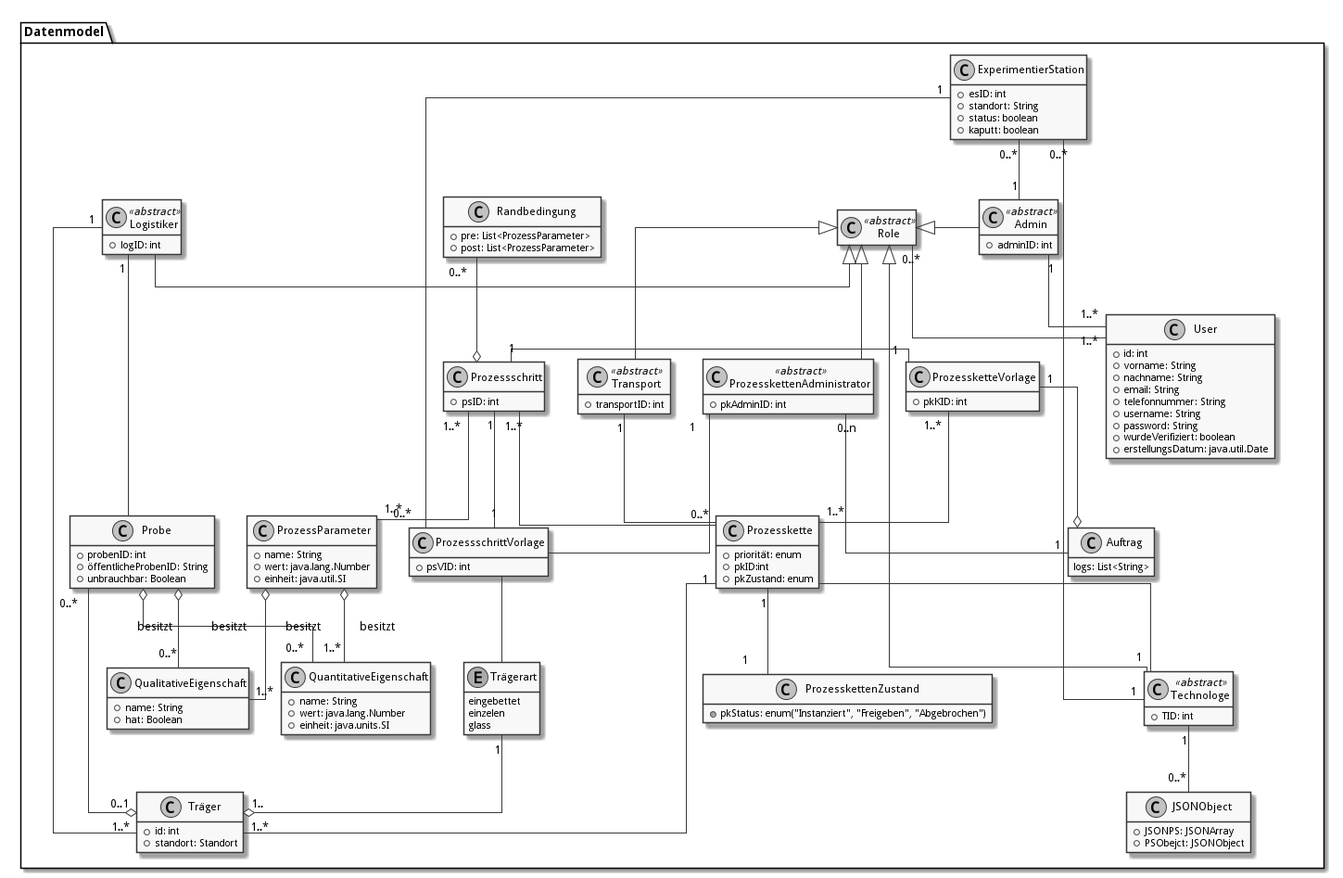
The PlantUML diagram doc/UML/datenModel.png in fkehlenb/softwareprojekt-2, before a commit.
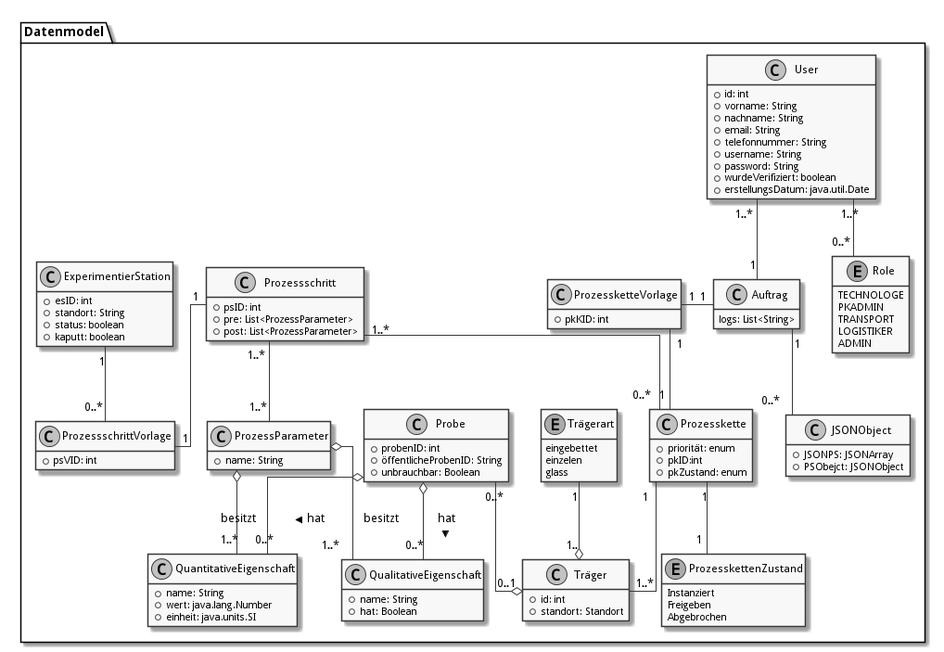
After the change.

The edit, as a diff of the source:
```diff
@@ -7,168 +7,130 @@
 hide empty members
 
 package Datenmodel {
-  class Role  <<abstract>> {
-  }
+  enum Role{
+  TECHNOLOGE
+  PKADMIN
+  TRANSPORT
+  LOGISTIKER
+  ADMIN
+}
 
-  class Logistiker  <<abstract>> {
-  +logID: int
-  }
+class User {
+  +id: int
+  +vorname: String
+  +nachname: String
+  +email: String
+  +telefonnummer: String
+  +username: String
+  +password: String
+  +wurdeVerifiziert: boolean
+  +erstellungsDatum: java.util.Date
+}
 
-  class User {
-    +id: int
-    +vorname: String
-    +nachname: String
-    +email: String
-    +telefonnummer: String
-    +username: String
-    +password: String
-    +wurdeVerifiziert: boolean
-    +erstellungsDatum: java.util.Date
-  }
 
-  class Admin <<abstract>>{
-    +adminID: int
+class Probe {
+  +probenID: int
+  +öffentlicheProbenID: String
+  +unbrauchbar: Boolean
+}
+
+class Träger {
+  +id: int
+  +standort: Standort
+}
+
+enum Trägerart {
+  eingebettet
+  einzelen
+  glass
+}
+
+class "QualitativeEigenschaft" as qualE {
+  +name: String
+  +hat: Boolean
+}
+
+class "QuantitativeEigenschaft" as quantE {
+  +name: String
+  +wert: java.lang.Number
+  +einheit: java.units.SI
+}
+
+class "Prozessschritt" as ps {
+  +psID: int
+  +pre: List<ProzessParameter>
+  +post: List<ProzessParameter>
+}
+
+class "ProzessschrittVorlage" as psV {
+  +psVID: int
+}
+
+ class "ProzessParameter" as pp {
+    +name: String
   }
 
 
-  class "Technologe" as t  <<abstract>> {
-    +TID: int
-  }
+class "Prozesskette" as pk {
+  +priorität: enum
+  +pkID:int
+  +pkZustand: enum
+}
 
-  class "Transport" as transport  <<abstract>> {
-    +transportID: int
-  }
+class "ProzessketteVorlage" as pkV {
+    +pkKID: int
+}
 
-  class Probe {
-    +probenID: int
-    +öffentlicheProbenID: String
-    +unbrauchbar: Boolean
-  }
+enum "ProzesskettenZustand" as pkZ {
+    Instanziert
+    Freigeben
+    Abgebrochen
+}
 
-  class Träger {
-    +id: int
-    +standort: Standort
-  }
+class "ExperimentierStation" as es {
+  +esID: int
+  +standort: String
+  +status: boolean
+  +kaputt: boolean
+}
 
-  enum Trägerart {
-    eingebettet
-    einzelen
-    glass
-  }
+class JSONObject {
+  +JSONPS: JSONArray
+  +PSObejct: JSONObject
+}
 
-  class "QualitativeEigenschaft" as qualE {
-    +name: String
-    +hat: Boolean
-  }
-
-  class "QuantitativeEigenschaft" as quantE {
-    +name: String
-    +wert: java.lang.Number
-    +einheit: java.units.SI
-  }
-
-  together {
-    class "Prozessschritt" as ps {
-      +psID: int
-    }
-
-    class "ProzessschrittVorlage" as psV {
-      +psVID: int
-    }
-
-    class "ProzessParameter" as pp {
-      +name: String
-      +wert: java.lang.Number
-      +einheit: java.util.SI
-    }
-  }
-
-  together {
-    class "ProzesskettenAdministrator" as pkAdmin  <<abstract>> {
-      +pkAdminID: int
-    }
+class Auftrag {
+  logs: List<String>
+}
 
 
-    class "Prozesskette" as pk {
-      +priorität: enum
-      +pkID:int
-      +pkZustand: enum
-    }
+  User "1..*" -- "0..*" Role
 
-    class "ProzessketteVorlage" as pkV {
-      +pkKID: int
-    }
-
-    class "ProzesskettenZustand" as pkZ {
-      +pkStatus: enum("Instanziert", "Freigeben", "Abgebrochen")
-    }
-  }
-
-  class "ExperimentierStation" as es {
-    +esID: int
-    +standort: String
-    +status: boolean
-    +kaputt: boolean
-  }
-
-  class "Randbedingung" as rb {
-    +pre: List<ProzessParameter>
-    +post: List<ProzessParameter>
-  }
-
-  class JSONObject {
-    +JSONPS: JSONArray
-    +PSObejct: JSONObject
-  }
-
-  class Auftrag {
-  logs: List<String>
-  }
-
-  Role <|-left- Logistiker
-  Role "0..*"-left-"1..*" User
-  Role <|-right- Admin
-  Role <|-right- t
-  Role <|-- transport
-
-  Logistiker "1" -- Probe
-  Logistiker "1" -- "1..*" Träger
-  Probe o-- "0..*"quantE : besitzt
-  Probe o-- "0..*"qualE : besitzt
+  Probe o-- "0..*"quantE : hat >
+  Probe o-- "0..*"qualE : hat >
   Trägerart"1" --o "1.." Träger
   Probe "0..*"--o "0..1" Träger
 
-  Admin "1" -- "1..*" User
 
-  Role <|-- pkAdmin
-  pkAdmin "1" -- psV
-
-  psV -- Trägerart
   ps "1"--"1" psV
   ps "1..*" -- "0..*" pk
 
-  pkV "1" -- "1" ps
-  pkV "1..*" -- "1..*" pk
+  pkV "1" -- "1" pk
 
   pk "1" -- "1" pkZ
   pk "1" -- "1..*" Träger
-  pk -- "1" t
 
   ps "1..*" -- "1..*" pp
   pp o-- "1..*" qualE: besitzt
   pp o-- "1..*" quantE: besitzt
 
-  es "0..*" -- "1" Admin
   es "1" -- "0..*" psV
-  es "0..*" -- "1" t
 
-  transport "1" -- pk
 
-  rb "0..*" --o ps
+  Auftrag "1" -down- "0..*" JSONObject
 
-  t "1" -down- "0..*" JSONObject
+  pkV "1" -right-"1" Auftrag
 
-  pkAdmin "0..n" -- "1" Auftrag
-  pkV "1" --o Auftrag
+  User "1..*" -- "1" Auftrag
 }
 @enduml
```
